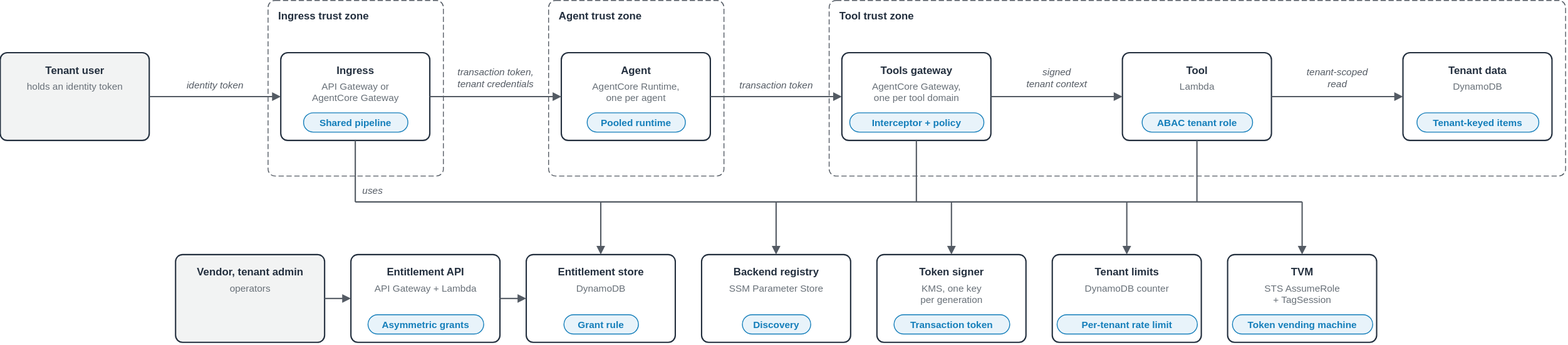
Earlier version of the draw.io export samples/agentic-runtime-isolation/diagrams/agentic-runtime-isolation.components.drawio.svg (aws-samples/sample-agentic-ai-acceleration-patterns). Source tidied: cells renumbered, new cells last; positions are measured from the earlier drawing's top-left corner, leaving out a move shared by most shapes. Its diagram source:
```xml
<mxGraphModel>
  <root>
    <mxCell id="0" />
    <mxCell id="1" parent="0" />
    <mxCell id="2" value="Ingress trust zone" style="rounded=1;arcSize=4;html=0;fontSize=12;fontStyle=1;fontColor=#232F3E;strokeColor=#545B64;dashed=1;dashPattern=6 3;fillColor=none;verticalAlign=top;align=left;spacingLeft=10;spacingTop=4;" parent="1" vertex="1">
      <mxGeometry x="305" width="200" height="200" as="geometry" />
    </mxCell>
    <mxCell id="3" value="Agent trust zone" style="rounded=1;arcSize=4;html=0;fontSize=12;fontStyle=1;fontColor=#232F3E;strokeColor=#545B64;dashed=1;dashPattern=6 3;fillColor=none;verticalAlign=top;align=left;spacingLeft=10;spacingTop=4;" parent="1" vertex="1">
      <mxGeometry x="625" width="200" height="200" as="geometry" />
    </mxCell>
    <mxCell id="4" value="Tool trust zone" style="rounded=1;arcSize=4;html=0;fontSize=12;fontStyle=1;fontColor=#232F3E;strokeColor=#545B64;dashed=1;dashPattern=6 3;fillColor=none;verticalAlign=top;align=left;spacingLeft=10;spacingTop=4;" parent="1" vertex="1">
      <mxGeometry x="945" width="840" height="200" as="geometry" />
    </mxCell>
    <mxCell id="5" style="rounded=1;arcSize=8;html=0;fillColor=#F2F3F3;strokeColor=#232F3E;strokeWidth=1.5;" parent="1" vertex="1">
      <mxGeometry y="60" width="170" height="100" as="geometry" />
    </mxCell>
    <mxCell id="6" value="Tenant user" style="text;html=0;align=center;verticalAlign=top;fontSize=12;fontStyle=1;fontColor=#232F3E;spacing=0;spacingTop=0;" parent="1" vertex="1">
      <mxGeometry x="4" y="68" width="162" height="18" as="geometry" />
    </mxCell>
    <mxCell id="7" value="holds an identity token" style="text;html=0;align=center;verticalAlign=top;fontSize=11;fontStyle=0;fontColor=#687078;spacing=0;spacingTop=0;" parent="1" vertex="1">
      <mxGeometry x="4" y="87" width="162" height="16" as="geometry" />
    </mxCell>
    <mxCell id="8" style="rounded=1;arcSize=8;html=0;fillColor=#FFFFFF;strokeColor=#232F3E;strokeWidth=1.5;" parent="1" vertex="1">
      <mxGeometry x="320" y="60" width="170" height="100" as="geometry" />
    </mxCell>
    <mxCell id="9" value="Ingress" style="text;html=0;align=center;verticalAlign=top;fontSize=12;fontStyle=1;fontColor=#232F3E;spacing=0;spacingTop=0;" parent="1" vertex="1">
      <mxGeometry x="324" y="68" width="162" height="18" as="geometry" />
    </mxCell>
    <mxCell id="10" value="API Gateway or&#10;AgentCore Gateway" style="text;html=0;align=center;verticalAlign=top;fontSize=11;fontStyle=0;fontColor=#687078;spacing=0;spacingTop=0;" parent="1" vertex="1">
      <mxGeometry x="324" y="87" width="162" height="31" as="geometry" />
    </mxCell>
    <mxCell id="11" value="Shared pipeline" style="rounded=1;arcSize=50;html=0;fontSize=11;fontStyle=1;fontColor=#147EBA;fillColor=#E8F3FA;strokeColor=#147EBA;align=center;verticalAlign=middle;" parent="1" vertex="1">
      <mxGeometry x="345.5" y="128" width="119" height="22" as="geometry" />
    </mxCell>
    <mxCell id="12" style="rounded=1;arcSize=8;html=0;fillColor=#FFFFFF;strokeColor=#232F3E;strokeWidth=1.5;" parent="1" vertex="1">
      <mxGeometry x="640" y="60" width="170" height="100" as="geometry" />
    </mxCell>
    <mxCell id="13" value="Agent" style="text;html=0;align=center;verticalAlign=top;fontSize=12;fontStyle=1;fontColor=#232F3E;spacing=0;spacingTop=0;" parent="1" vertex="1">
      <mxGeometry x="644" y="68" width="162" height="18" as="geometry" />
    </mxCell>
    <mxCell id="14" value="AgentCore Runtime,&#10;one per agent" style="text;html=0;align=center;verticalAlign=top;fontSize=11;fontStyle=0;fontColor=#687078;spacing=0;spacingTop=0;" parent="1" vertex="1">
      <mxGeometry x="644" y="87" width="162" height="31" as="geometry" />
    </mxCell>
    <mxCell id="15" value="Pooled runtime" style="rounded=1;arcSize=50;html=0;fontSize=11;fontStyle=1;fontColor=#147EBA;fillColor=#E8F3FA;strokeColor=#147EBA;align=center;verticalAlign=middle;" parent="1" vertex="1">
      <mxGeometry x="669" y="128" width="112" height="22" as="geometry" />
    </mxCell>
    <mxCell id="16" style="rounded=1;arcSize=8;html=0;fillColor=#FFFFFF;strokeColor=#232F3E;strokeWidth=1.5;" parent="1" vertex="1">
      <mxGeometry x="960" y="60" width="170" height="100" as="geometry" />
    </mxCell>
    <mxCell id="17" value="Tools gateway" style="text;html=0;align=center;verticalAlign=top;fontSize=12;fontStyle=1;fontColor=#232F3E;spacing=0;spacingTop=0;" parent="1" vertex="1">
      <mxGeometry x="964" y="68" width="162" height="18" as="geometry" />
    </mxCell>
    <mxCell id="18" value="AgentCore Gateway,&#10;one per tool domain" style="text;html=0;align=center;verticalAlign=top;fontSize=11;fontStyle=0;fontColor=#687078;spacing=0;spacingTop=0;" parent="1" vertex="1">
      <mxGeometry x="964" y="87" width="162" height="31" as="geometry" />
    </mxCell>
    <mxCell id="19" value="Interceptor + policy" style="rounded=1;arcSize=50;html=0;fontSize=11;fontStyle=1;fontColor=#147EBA;fillColor=#E8F3FA;strokeColor=#147EBA;align=center;verticalAlign=middle;" parent="1" vertex="1">
      <mxGeometry x="968.5" y="128" width="153" height="22" as="geometry" />
    </mxCell>
    <mxCell id="20" style="rounded=1;arcSize=8;html=0;fillColor=#FFFFFF;strokeColor=#232F3E;strokeWidth=1.5;" parent="1" vertex="1">
      <mxGeometry x="1280" y="60" width="170" height="100" as="geometry" />
    </mxCell>
    <mxCell id="21" value="Tool" style="text;html=0;align=center;verticalAlign=top;fontSize=12;fontStyle=1;fontColor=#232F3E;spacing=0;spacingTop=0;" parent="1" vertex="1">
      <mxGeometry x="1284" y="68" width="162" height="18" as="geometry" />
    </mxCell>
    <mxCell id="22" value="Lambda" style="text;html=0;align=center;verticalAlign=top;fontSize=11;fontStyle=0;fontColor=#687078;spacing=0;spacingTop=0;" parent="1" vertex="1">
      <mxGeometry x="1284" y="87" width="162" height="16" as="geometry" />
    </mxCell>
    <mxCell id="23" value="ABAC tenant role" style="rounded=1;arcSize=50;html=0;fontSize=11;fontStyle=1;fontColor=#147EBA;fillColor=#E8F3FA;strokeColor=#147EBA;align=center;verticalAlign=middle;" parent="1" vertex="1">
      <mxGeometry x="1302" y="128" width="126" height="22" as="geometry" />
    </mxCell>
    <mxCell id="24" style="rounded=1;arcSize=8;html=0;fillColor=#FFFFFF;strokeColor=#232F3E;strokeWidth=1.5;" parent="1" vertex="1">
      <mxGeometry x="1600" y="60" width="170" height="100" as="geometry" />
    </mxCell>
    <mxCell id="25" value="Tenant data" style="text;html=0;align=center;verticalAlign=top;fontSize=12;fontStyle=1;fontColor=#232F3E;spacing=0;spacingTop=0;" parent="1" vertex="1">
      <mxGeometry x="1604" y="68" width="162" height="18" as="geometry" />
    </mxCell>
    <mxCell id="26" value="DynamoDB" style="text;html=0;align=center;verticalAlign=top;fontSize=11;fontStyle=0;fontColor=#687078;spacing=0;spacingTop=0;" parent="1" vertex="1">
      <mxGeometry x="1604" y="87" width="162" height="16" as="geometry" />
    </mxCell>
    <mxCell id="27" value="Tenant-keyed items" style="rounded=1;arcSize=50;html=0;fontSize=11;fontStyle=1;fontColor=#147EBA;fillColor=#E8F3FA;strokeColor=#147EBA;align=center;verticalAlign=middle;" parent="1" vertex="1">
      <mxGeometry x="1615.5" y="128" width="139" height="22" as="geometry" />
    </mxCell>
    <mxCell id="28" style="edgeStyle=orthogonalEdgeStyle;rounded=0;html=0;strokeColor=#545B64;strokeWidth=1.5;endArrow=block;endFill=1;exitX=1;exitY=0.5;exitDx=0;exitDy=0;entryX=0;entryY=0.5;entryDx=0;entryDy=0;" parent="1" edge="1" source="5" target="8">
      <mxGeometry relative="1" as="geometry" />
    </mxCell>
    <mxCell id="29" value="identity token" style="text;html=0;align=center;verticalAlign=top;fontSize=11;fontStyle=2;fontColor=#545B64;spacing=0;spacingTop=0;" parent="1" vertex="1">
      <mxGeometry x="199.5" y="86" width="91" height="16" as="geometry" />
    </mxCell>
    <mxCell id="30" style="edgeStyle=orthogonalEdgeStyle;rounded=0;html=0;strokeColor=#545B64;strokeWidth=1.5;endArrow=block;endFill=1;exitX=1;exitY=0.5;exitDx=0;exitDy=0;entryX=0;entryY=0.5;entryDx=0;entryDy=0;" parent="1" edge="1" source="8" target="12">
      <mxGeometry relative="1" as="geometry" />
    </mxCell>
    <mxCell id="31" value="transaction token,&#10;tenant credentials" style="text;html=0;align=center;verticalAlign=top;fontSize=11;fontStyle=2;fontColor=#545B64;spacing=0;spacingTop=0;" parent="1" vertex="1">
      <mxGeometry x="507.5" y="71" width="115" height="31" as="geometry" />
    </mxCell>
    <mxCell id="32" style="edgeStyle=orthogonalEdgeStyle;rounded=0;html=0;strokeColor=#545B64;strokeWidth=1.5;endArrow=block;endFill=1;exitX=1;exitY=0.5;exitDx=0;exitDy=0;entryX=0;entryY=0.5;entryDx=0;entryDy=0;" parent="1" edge="1" source="12" target="16">
      <mxGeometry relative="1" as="geometry" />
    </mxCell>
    <mxCell id="33" value="transaction token" style="text;html=0;align=center;verticalAlign=top;fontSize=11;fontStyle=2;fontColor=#545B64;spacing=0;spacingTop=0;" parent="1" vertex="1">
      <mxGeometry x="830.5" y="86" width="109" height="16" as="geometry" />
    </mxCell>
    <mxCell id="34" style="edgeStyle=orthogonalEdgeStyle;rounded=0;html=0;strokeColor=#545B64;strokeWidth=1.5;endArrow=block;endFill=1;exitX=1;exitY=0.5;exitDx=0;exitDy=0;entryX=0;entryY=0.5;entryDx=0;entryDy=0;" parent="1" edge="1" source="16" target="20">
      <mxGeometry relative="1" as="geometry" />
    </mxCell>
    <mxCell id="35" value="signed&#10;tenant context" style="text;html=0;align=center;verticalAlign=top;fontSize=11;fontStyle=2;fontColor=#545B64;spacing=0;spacingTop=0;" parent="1" vertex="1">
      <mxGeometry x="1159.5" y="71" width="91" height="31" as="geometry" />
    </mxCell>
    <mxCell id="36" style="edgeStyle=orthogonalEdgeStyle;rounded=0;html=0;strokeColor=#545B64;strokeWidth=1.5;endArrow=block;endFill=1;exitX=1;exitY=0.5;exitDx=0;exitDy=0;entryX=0;entryY=0.5;entryDx=0;entryDy=0;" parent="1" edge="1" source="20" target="24">
      <mxGeometry relative="1" as="geometry" />
    </mxCell>
    <mxCell id="37" value="tenant-scoped&#10;read" style="text;html=0;align=center;verticalAlign=top;fontSize=11;fontStyle=2;fontColor=#545B64;spacing=0;spacingTop=0;" parent="1" vertex="1">
      <mxGeometry x="1482.5" y="71" width="85" height="31" as="geometry" />
    </mxCell>
    <mxCell id="38" style="rounded=1;arcSize=8;html=0;fillColor=#F2F3F3;strokeColor=#232F3E;strokeWidth=1.5;" parent="1" vertex="1">
      <mxGeometry x="200" y="290" width="170" height="100" as="geometry" />
    </mxCell>
    <mxCell id="39" value="Vendor, tenant admin" style="text;html=0;align=center;verticalAlign=top;fontSize=12;fontStyle=1;fontColor=#232F3E;spacing=0;spacingTop=0;" parent="1" vertex="1">
      <mxGeometry x="204" y="298" width="162" height="18" as="geometry" />
    </mxCell>
    <mxCell id="40" value="operators" style="text;html=0;align=center;verticalAlign=top;fontSize=11;fontStyle=0;fontColor=#687078;spacing=0;spacingTop=0;" parent="1" vertex="1">
      <mxGeometry x="204" y="317" width="162" height="16" as="geometry" />
    </mxCell>
    <mxCell id="41" style="rounded=1;arcSize=8;html=0;fillColor=#FFFFFF;strokeColor=#232F3E;strokeWidth=1.5;" parent="1" vertex="1">
      <mxGeometry x="400" y="290" width="170" height="100" as="geometry" />
    </mxCell>
    <mxCell id="42" value="Entitlement API" style="text;html=0;align=center;verticalAlign=top;fontSize=12;fontStyle=1;fontColor=#232F3E;spacing=0;spacingTop=0;" parent="1" vertex="1">
      <mxGeometry x="404" y="298" width="162" height="18" as="geometry" />
    </mxCell>
    <mxCell id="43" value="API Gateway + Lambda" style="text;html=0;align=center;verticalAlign=top;fontSize=11;fontStyle=0;fontColor=#687078;spacing=0;spacingTop=0;" parent="1" vertex="1">
      <mxGeometry x="404" y="317" width="162" height="16" as="geometry" />
    </mxCell>
    <mxCell id="44" value="Asymmetric grants" style="rounded=1;arcSize=50;html=0;fontSize=11;fontStyle=1;fontColor=#147EBA;fillColor=#E8F3FA;strokeColor=#147EBA;align=center;verticalAlign=middle;" parent="1" vertex="1">
      <mxGeometry x="419" y="358" width="132" height="22" as="geometry" />
    </mxCell>
    <mxCell id="45" style="rounded=1;arcSize=8;html=0;fillColor=#FFFFFF;strokeColor=#232F3E;strokeWidth=1.5;" parent="1" vertex="1">
      <mxGeometry x="600" y="290" width="170" height="100" as="geometry" />
    </mxCell>
    <mxCell id="46" value="Entitlement store" style="text;html=0;align=center;verticalAlign=top;fontSize=12;fontStyle=1;fontColor=#232F3E;spacing=0;spacingTop=0;" parent="1" vertex="1">
      <mxGeometry x="604" y="298" width="162" height="18" as="geometry" />
    </mxCell>
    <mxCell id="47" value="DynamoDB" style="text;html=0;align=center;verticalAlign=top;fontSize=11;fontStyle=0;fontColor=#687078;spacing=0;spacingTop=0;" parent="1" vertex="1">
      <mxGeometry x="604" y="317" width="162" height="16" as="geometry" />
    </mxCell>
    <mxCell id="48" value="Grant rule" style="rounded=1;arcSize=50;html=0;fontSize=11;fontStyle=1;fontColor=#147EBA;fillColor=#E8F3FA;strokeColor=#147EBA;align=center;verticalAlign=middle;" parent="1" vertex="1">
      <mxGeometry x="642.5" y="358" width="85" height="22" as="geometry" />
    </mxCell>
    <mxCell id="49" style="rounded=1;arcSize=8;html=0;fillColor=#FFFFFF;strokeColor=#232F3E;strokeWidth=1.5;" parent="1" vertex="1">
      <mxGeometry x="800" y="290" width="170" height="100" as="geometry" />
    </mxCell>
    <mxCell id="50" value="Backend registry" style="text;html=0;align=center;verticalAlign=top;fontSize=12;fontStyle=1;fontColor=#232F3E;spacing=0;spacingTop=0;" parent="1" vertex="1">
      <mxGeometry x="804" y="298" width="162" height="18" as="geometry" />
    </mxCell>
    <mxCell id="51" value="SSM Parameter Store" style="text;html=0;align=center;verticalAlign=top;fontSize=11;fontStyle=0;fontColor=#687078;spacing=0;spacingTop=0;" parent="1" vertex="1">
      <mxGeometry x="804" y="317" width="162" height="16" as="geometry" />
    </mxCell>
    <mxCell id="52" value="Discovery" style="rounded=1;arcSize=50;html=0;fontSize=11;fontStyle=1;fontColor=#147EBA;fillColor=#E8F3FA;strokeColor=#147EBA;align=center;verticalAlign=middle;" parent="1" vertex="1">
      <mxGeometry x="846" y="358" width="78" height="22" as="geometry" />
    </mxCell>
    <mxCell id="53" style="rounded=1;arcSize=8;html=0;fillColor=#FFFFFF;strokeColor=#232F3E;strokeWidth=1.5;" parent="1" vertex="1">
      <mxGeometry x="1000" y="290" width="170" height="100" as="geometry" />
    </mxCell>
    <mxCell id="54" value="Token signer" style="text;html=0;align=center;verticalAlign=top;fontSize=12;fontStyle=1;fontColor=#232F3E;spacing=0;spacingTop=0;" parent="1" vertex="1">
      <mxGeometry x="1004" y="298" width="162" height="18" as="geometry" />
    </mxCell>
    <mxCell id="55" value="KMS, one key&#10;per generation" style="text;html=0;align=center;verticalAlign=top;fontSize=11;fontStyle=0;fontColor=#687078;spacing=0;spacingTop=0;" parent="1" vertex="1">
      <mxGeometry x="1004" y="317" width="162" height="31" as="geometry" />
    </mxCell>
    <mxCell id="56" value="Transaction token" style="rounded=1;arcSize=50;html=0;fontSize=11;fontStyle=1;fontColor=#147EBA;fillColor=#E8F3FA;strokeColor=#147EBA;align=center;verticalAlign=middle;" parent="1" vertex="1">
      <mxGeometry x="1019" y="358" width="132" height="22" as="geometry" />
    </mxCell>
    <mxCell id="57" style="rounded=1;arcSize=8;html=0;fillColor=#FFFFFF;strokeColor=#232F3E;strokeWidth=1.5;" parent="1" vertex="1">
      <mxGeometry x="1200" y="290" width="170" height="100" as="geometry" />
    </mxCell>
    <mxCell id="58" value="Tenant limits" style="text;html=0;align=center;verticalAlign=top;fontSize=12;fontStyle=1;fontColor=#232F3E;spacing=0;spacingTop=0;" parent="1" vertex="1">
      <mxGeometry x="1204" y="298" width="162" height="18" as="geometry" />
    </mxCell>
    <mxCell id="59" value="DynamoDB counter" style="text;html=0;align=center;verticalAlign=top;fontSize=11;fontStyle=0;fontColor=#687078;spacing=0;spacingTop=0;" parent="1" vertex="1">
      <mxGeometry x="1204" y="317" width="162" height="16" as="geometry" />
    </mxCell>
    <mxCell id="60" value="Per-tenant rate limit" style="rounded=1;arcSize=50;html=0;fontSize=11;fontStyle=1;fontColor=#147EBA;fillColor=#E8F3FA;strokeColor=#147EBA;align=center;verticalAlign=middle;" parent="1" vertex="1">
      <mxGeometry x="1205" y="358" width="160" height="22" as="geometry" />
    </mxCell>
    <mxCell id="61" style="rounded=1;arcSize=8;html=0;fillColor=#FFFFFF;strokeColor=#232F3E;strokeWidth=1.5;" parent="1" vertex="1">
      <mxGeometry x="1400" y="290" width="170" height="100" as="geometry" />
    </mxCell>
    <mxCell id="62" value="TVM" style="text;html=0;align=center;verticalAlign=top;fontSize=12;fontStyle=1;fontColor=#232F3E;spacing=0;spacingTop=0;" parent="1" vertex="1">
      <mxGeometry x="1404" y="298" width="162" height="18" as="geometry" />
    </mxCell>
    <mxCell id="63" value="STS AssumeRole&#10;+ TagSession" style="text;html=0;align=center;verticalAlign=top;fontSize=11;fontStyle=0;fontColor=#687078;spacing=0;spacingTop=0;" parent="1" vertex="1">
      <mxGeometry x="1404" y="317" width="162" height="31" as="geometry" />
    </mxCell>
    <mxCell id="64" value="Token vending machine" style="rounded=1;arcSize=50;html=0;fontSize=11;fontStyle=1;fontColor=#147EBA;fillColor=#E8F3FA;strokeColor=#147EBA;align=center;verticalAlign=middle;" parent="1" vertex="1">
      <mxGeometry x="1405" y="358" width="160" height="22" as="geometry" />
    </mxCell>
    <mxCell id="65" style="edgeStyle=orthogonalEdgeStyle;rounded=0;html=0;strokeColor=#545B64;strokeWidth=1.5;endArrow=block;endFill=1;exitX=1;exitY=0.5;exitDx=0;exitDy=0;entryX=0;entryY=0.5;entryDx=0;entryDy=0;" parent="1" edge="1" source="38" target="41">
      <mxGeometry relative="1" as="geometry" />
    </mxCell>
    <mxCell id="66" style="edgeStyle=orthogonalEdgeStyle;rounded=0;html=0;strokeColor=#545B64;strokeWidth=1.5;endArrow=block;endFill=1;exitX=1;exitY=0.5;exitDx=0;exitDy=0;entryX=0;entryY=0.5;entryDx=0;entryDy=0;" parent="1" edge="1" source="41" target="45">
      <mxGeometry relative="1" as="geometry" />
    </mxCell>
    <mxCell id="67" style="endArrow=none;html=0;rounded=0;strokeColor=#545B64;strokeWidth=1.5;" parent="1" edge="1">
      <mxGeometry relative="1" as="geometry">
        <mxPoint x="405" y="230" as="sourcePoint" />
        <mxPoint x="1485" y="230" as="targetPoint" />
      </mxGeometry>
    </mxCell>
    <mxCell id="68" style="endArrow=none;html=0;rounded=0;strokeColor=#545B64;strokeWidth=1.5;" parent="1" edge="1">
      <mxGeometry relative="1" as="geometry">
        <mxPoint x="405" y="160" as="sourcePoint" />
        <mxPoint x="405" y="230" as="targetPoint" />
      </mxGeometry>
    </mxCell>
    <mxCell id="69" style="endArrow=none;html=0;rounded=0;strokeColor=#545B64;strokeWidth=1.5;" parent="1" edge="1">
      <mxGeometry relative="1" as="geometry">
        <mxPoint x="1045" y="160" as="sourcePoint" />
        <mxPoint x="1045" y="230" as="targetPoint" />
      </mxGeometry>
    </mxCell>
    <mxCell id="70" style="endArrow=none;html=0;rounded=0;strokeColor=#545B64;strokeWidth=1.5;" parent="1" edge="1">
      <mxGeometry relative="1" as="geometry">
        <mxPoint x="1365" y="160" as="sourcePoint" />
        <mxPoint x="1365" y="230" as="targetPoint" />
      </mxGeometry>
    </mxCell>
    <mxCell id="71" style="endArrow=block;endFill=1;html=0;rounded=0;strokeColor=#545B64;strokeWidth=1.5;entryX=0.5;entryY=0;entryDx=0;entryDy=0;" parent="1" edge="1" target="45">
      <mxGeometry relative="1" as="geometry">
        <mxPoint x="685" y="230" as="sourcePoint" />
      </mxGeometry>
    </mxCell>
    <mxCell id="72" style="endArrow=block;endFill=1;html=0;rounded=0;strokeColor=#545B64;strokeWidth=1.5;entryX=0.5;entryY=0;entryDx=0;entryDy=0;" parent="1" edge="1" target="49">
      <mxGeometry relative="1" as="geometry">
        <mxPoint x="885" y="230" as="sourcePoint" />
      </mxGeometry>
    </mxCell>
    <mxCell id="73" style="endArrow=block;endFill=1;html=0;rounded=0;strokeColor=#545B64;strokeWidth=1.5;entryX=0.5;entryY=0;entryDx=0;entryDy=0;" parent="1" edge="1" target="53">
      <mxGeometry relative="1" as="geometry">
        <mxPoint x="1085" y="230" as="sourcePoint" />
      </mxGeometry>
    </mxCell>
    <mxCell id="74" style="endArrow=block;endFill=1;html=0;rounded=0;strokeColor=#545B64;strokeWidth=1.5;entryX=0.5;entryY=0;entryDx=0;entryDy=0;" parent="1" edge="1" target="57">
      <mxGeometry relative="1" as="geometry">
        <mxPoint x="1285" y="230" as="sourcePoint" />
      </mxGeometry>
    </mxCell>
    <mxCell id="75" style="endArrow=block;endFill=1;html=0;rounded=0;strokeColor=#545B64;strokeWidth=1.5;entryX=0.5;entryY=0;entryDx=0;entryDy=0;" parent="1" edge="1" target="61">
      <mxGeometry relative="1" as="geometry">
        <mxPoint x="1485" y="230" as="sourcePoint" />
      </mxGeometry>
    </mxCell>
    <mxCell id="76" value="uses" style="text;html=0;align=left;verticalAlign=top;fontSize=11;fontStyle=2;fontColor=#545B64;spacing=0;spacingTop=0;" parent="1" vertex="1">
      <mxGeometry x="413" y="206" width="40" height="16" as="geometry" />
    </mxCell>
  </root>
</mxGraphModel>
```
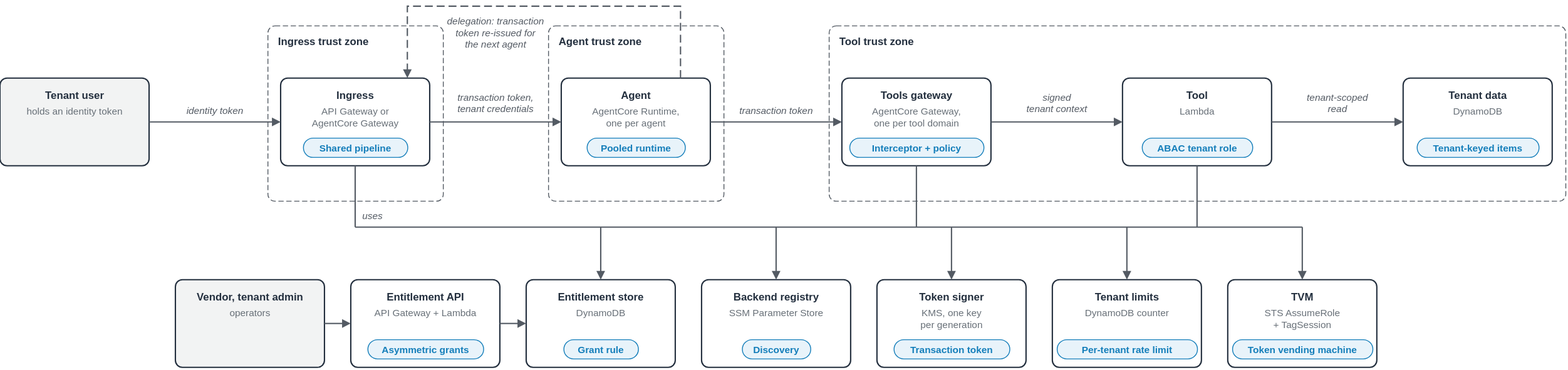
The same file after the commit.

Change to the diagram source:
```diff
@@ -249,5 +249,16 @@
     <mxCell id="76" value="uses" style="text;html=0;align=left;verticalAlign=top;fontSize=11;fontStyle=2;fontColor=#545B64;spacing=0;spacingTop=0;" parent="1" vertex="1">
       <mxGeometry x="413" y="206" width="40" height="16" as="geometry" />
     </mxCell>
+    <mxCell id="77" style="edgeStyle=orthogonalEdgeStyle;rounded=0;html=0;strokeColor=#545B64;strokeWidth=1.5;dashed=1;dashPattern=6 3;endArrow=block;endFill=1;exitX=0.8;exitY=0;exitDx=0;exitDy=0;entryX=0.85;entryY=0;entryDx=0;entryDy=0;" parent="1" edge="1" source="12" target="8">
+      <mxGeometry relative="1" as="geometry">
+        <Array as="points">
+          <mxPoint x="776" y="-22" />
+          <mxPoint x="464.5" y="-22" />
+        </Array>
+      </mxGeometry>
+    </mxCell>
+    <mxCell id="78" value="delegation: transaction&#10;token re-issued for&#10;the next agent" style="text;html=0;align=center;verticalAlign=top;fontSize=11;fontStyle=2;fontColor=#545B64;spacing=0;spacingTop=0;" parent="1" vertex="1">
+      <mxGeometry x="495" y="-16" width="140" height="31" as="geometry" />
+    </mxCell>
   </root>
 </mxGraphModel>
```
